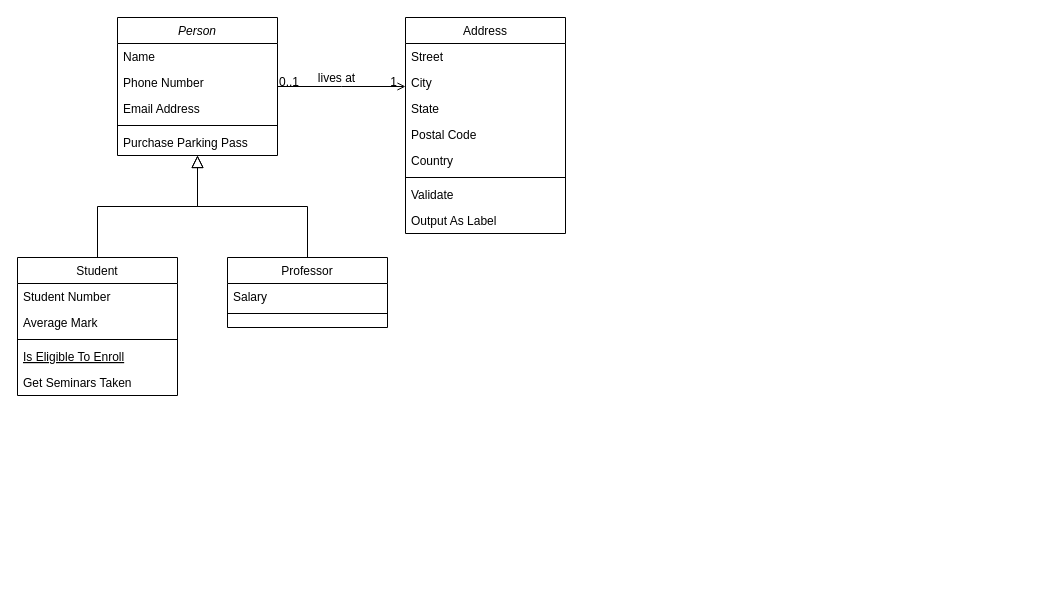
This is rpggame.drawio from vegardandersson/additional-files, a draw.io file, before an edit. Source tidied: cells renumbered, new cells numbered last; positions are measured from the earlier drawing's top-left corner, leaving out a move shared by most shapes. Both pictures are drawn from the tidied source at 100%, with x=0, y=0 at pixel (17, 17).
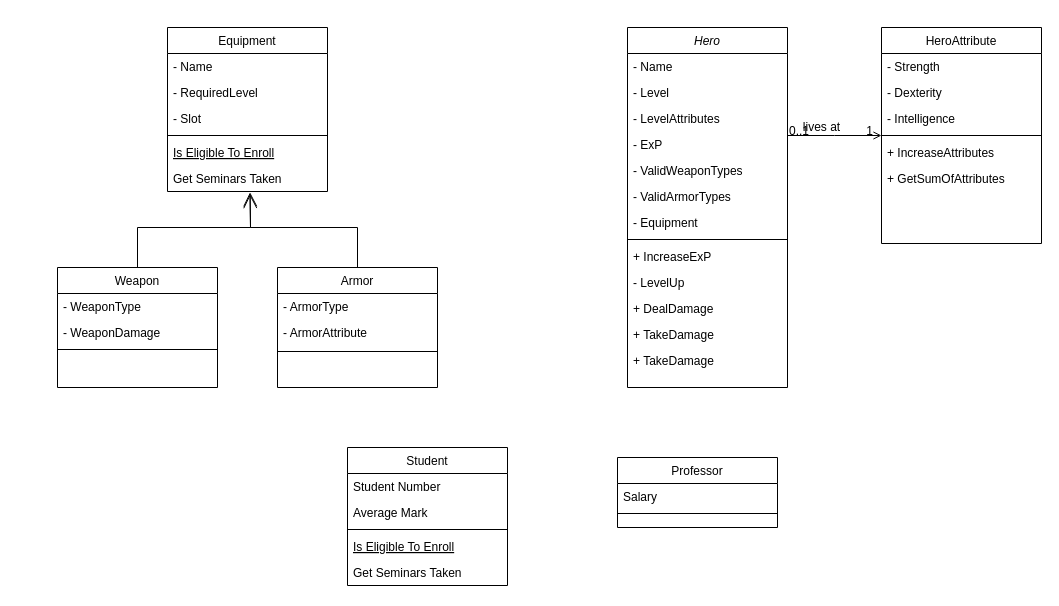
The same diagram, later.

The edit, as a diff of the source:
```diff
@@
-    <mxCell id="2" value="Person" style="swimlane;fontStyle=2;align=center;verticalAlign=top;horizontal=1;startSize=26;rounded=0;shadow=0;strokeWidth=1;" parent="1" vertex="1">
-      <mxGeometry x="100" width="160" height="138" as="geometry" />
+    <mxCell id="2" value="Hero" style="swimlane;fontStyle=2;align=center;verticalAlign=top;horizontal=1;startSize=26;rounded=0;shadow=0;strokeWidth=1;" parent="1" vertex="1">
+      <mxGeometry x="610" y="10" width="160" height="360" as="geometry" />
     </mxCell>
-    <mxCell id="3" value="Name" style="text;align=left;verticalAlign=top;spacingLeft=4;spacingRight=4;overflow=hidden;" parent="2" vertex="1">
+    <mxCell id="3" value="- Name" style="text;align=left;verticalAlign=top;spacingLeft=4;spacingRight=4;overflow=hidden;" parent="2" vertex="1">
       <mxGeometry y="26" width="160" height="26" as="geometry" />
     </mxCell>
-    <mxCell id="4" value="Phone Number" style="text;align=left;verticalAlign=top;spacingLeft=4;spacingRight=4;overflow=hidden;rounded=0;shadow=0;html=0;" parent="2" vertex="1">
+    <mxCell id="4" value="- Level" style="text;align=left;verticalAlign=top;spacingLeft=4;spacingRight=4;overflow=hidden;rounded=0;shadow=0;html=0;" parent="2" vertex="1">
       <mxGeometry y="52" width="160" height="26" as="geometry" />
     </mxCell>
+    <mxCell id="32" value="- LevelAttributes" style="text;align=left;verticalAlign=top;spacingLeft=4;spacingRight=4;overflow=hidden;rounded=0;shadow=0;html=0;" parent="2" vertex="1">
+      <mxGeometry y="78" width="160" height="26" as="geometry" />
+    </mxCell>
+    <mxCell id="33" value="- ExP" style="text;align=left;verticalAlign=top;spacingLeft=4;spacingRight=4;overflow=hidden;rounded=0;shadow=0;html=0;" parent="2" vertex="1">
+      <mxGeometry y="104" width="160" height="26" as="geometry" />
+    </mxCell>
-    <mxCell id="5" value="Email Address" style="text;align=left;verticalAlign=top;spacingLeft=4;spacingRight=4;overflow=hidden;rounded=0;shadow=0;html=0;" parent="2" vertex="1">
-      <mxGeometry y="78" width="160" height="26" as="geometry" />
+    <mxCell id="5" value="- ValidWeaponTypes" style="text;align=left;verticalAlign=top;spacingLeft=4;spacingRight=4;overflow=hidden;rounded=0;shadow=0;html=0;" parent="2" vertex="1">
+      <mxGeometry y="130" width="160" height="26" as="geometry" />
     </mxCell>
+    <mxCell id="34" value="- ValidArmorTypes" style="text;align=left;verticalAlign=top;spacingLeft=4;spacingRight=4;overflow=hidden;rounded=0;shadow=0;html=0;" parent="2" vertex="1">
+      <mxGeometry y="156" width="160" height="26" as="geometry" />
+    </mxCell>
+    <mxCell id="35" value="- Equipment" style="text;align=left;verticalAlign=top;spacingLeft=4;spacingRight=4;overflow=hidden;rounded=0;shadow=0;html=0;" parent="2" vertex="1">
+      <mxGeometry y="182" width="160" height="26" as="geometry" />
+    </mxCell>
     <mxCell id="6" style="line;html=1;strokeWidth=1;align=left;verticalAlign=middle;spacingTop=-1;spacingLeft=3;spacingRight=3;labelPosition=right;" parent="2" vertex="1">
-      <mxGeometry y="104" width="160" height="8" as="geometry" />
+      <mxGeometry y="208" width="160" height="8" as="geometry" />
     </mxCell>
-    <mxCell id="7" value="Purchase Parking Pass" style="text;align=left;verticalAlign=top;spacingLeft=4;spacingRight=4;overflow=hidden;" parent="2" vertex="1">
-      <mxGeometry y="112" width="160" height="26" as="geometry" />
-    </mxCell>
+    <mxCell id="36" value="+ IncreaseExP" style="text;align=left;verticalAlign=top;spacingLeft=4;spacingRight=4;overflow=hidden;rounded=0;shadow=0;html=0;" parent="2" vertex="1">
+      <mxGeometry y="216" width="160" height="26" as="geometry" />
+    </mxCell>
+    <mxCell id="37" value="- LevelUp" style="text;align=left;verticalAlign=top;spacingLeft=4;spacingRight=4;overflow=hidden;rounded=0;shadow=0;html=0;" parent="2" vertex="1">
+      <mxGeometry y="242" width="160" height="26" as="geometry" />
+    </mxCell>
+    <mxCell id="38" value="+ DealDamage" style="text;align=left;verticalAlign=top;spacingLeft=4;spacingRight=4;overflow=hidden;rounded=0;shadow=0;html=0;" parent="2" vertex="1">
+      <mxGeometry y="268" width="160" height="26" as="geometry" />
+    </mxCell>
+    <mxCell id="39" value="+ TakeDamage" style="text;align=left;verticalAlign=top;spacingLeft=4;spacingRight=4;overflow=hidden;rounded=0;shadow=0;html=0;" parent="2" vertex="1">
+      <mxGeometry y="294" width="160" height="26" as="geometry" />
+    </mxCell>
+    <mxCell id="40" value="+ TakeDamage" style="text;align=left;verticalAlign=top;spacingLeft=4;spacingRight=4;overflow=hidden;rounded=0;shadow=0;html=0;" parent="2" vertex="1">
+      <mxGeometry y="320" width="160" height="26" as="geometry" />
+    </mxCell>
     <mxCell id="8" value="Student" style="swimlane;fontStyle=0;align=center;verticalAlign=top;horizontal=1;startSize=26;rounded=0;shadow=0;strokeWidth=1;" parent="1" vertex="1">
-      <mxGeometry y="240" width="160" height="138" as="geometry" />
+      <mxGeometry x="330" y="430" width="160" height="138" as="geometry" />
     </mxCell>
@@
-    <mxCell id="14" style="endArrow=block;endSize=10;endFill=0;shadow=0;strokeWidth=1;rounded=0;edgeStyle=elbowEdgeStyle;elbow=vertical;" parent="1" edge="1" source="8" target="2">
-      <mxGeometry relative="1" as="geometry" />
-    </mxCell>
     <mxCell id="15" value="Professor" style="swimlane;fontStyle=0;align=center;verticalAlign=top;horizontal=1;startSize=26;rounded=0;shadow=0;strokeWidth=1;" parent="1" vertex="1">
-      <mxGeometry x="210" y="240" width="160" height="70" as="geometry" />
+      <mxGeometry x="600" y="440" width="160" height="70" as="geometry" />
     </mxCell>
@@
-    <mxCell id="18" style="endArrow=block;endSize=10;endFill=0;shadow=0;strokeWidth=1;rounded=0;edgeStyle=elbowEdgeStyle;elbow=vertical;" parent="1" edge="1" source="15" target="2">
-      <mxGeometry relative="1" as="geometry" />
-    </mxCell>
-    <mxCell id="19" value="Address" style="swimlane;fontStyle=0;align=center;verticalAlign=top;horizontal=1;startSize=26;rounded=0;shadow=0;strokeWidth=1;" parent="1" vertex="1">
-      <mxGeometry x="388" width="160" height="216" as="geometry" />
+    <mxCell id="19" value="HeroAttribute" style="swimlane;fontStyle=0;align=center;verticalAlign=top;horizontal=1;startSize=26;rounded=0;shadow=0;strokeWidth=1;" parent="1" vertex="1">
+      <mxGeometry x="864" y="10" width="160" height="216" as="geometry" />
     </mxCell>
-    <mxCell id="20" value="Street" style="text;align=left;verticalAlign=top;spacingLeft=4;spacingRight=4;overflow=hidden;" parent="19" vertex="1">
+    <mxCell id="20" value="- Strength" style="text;align=left;verticalAlign=top;spacingLeft=4;spacingRight=4;overflow=hidden;" parent="19" vertex="1">
       <mxGeometry y="26" width="160" height="26" as="geometry" />
     </mxCell>
-    <mxCell id="21" value="City" style="text;align=left;verticalAlign=top;spacingLeft=4;spacingRight=4;overflow=hidden;rounded=0;shadow=0;html=0;" parent="19" vertex="1">
+    <mxCell id="21" value="- Dexterity" style="text;align=left;verticalAlign=top;spacingLeft=4;spacingRight=4;overflow=hidden;rounded=0;shadow=0;html=0;" parent="19" vertex="1">
       <mxGeometry y="52" width="160" height="26" as="geometry" />
     </mxCell>
-    <mxCell id="22" value="State" style="text;align=left;verticalAlign=top;spacingLeft=4;spacingRight=4;overflow=hidden;rounded=0;shadow=0;html=0;" parent="19" vertex="1">
+    <mxCell id="22" value="- Intelligence" style="text;align=left;verticalAlign=top;spacingLeft=4;spacingRight=4;overflow=hidden;rounded=0;shadow=0;html=0;" parent="19" vertex="1">
       <mxGeometry y="78" width="160" height="26" as="geometry" />
     </mxCell>
-    <mxCell id="23" value="Postal Code" style="text;align=left;verticalAlign=top;spacingLeft=4;spacingRight=4;overflow=hidden;rounded=0;shadow=0;html=0;" parent="19" vertex="1">
-      <mxGeometry y="104" width="160" height="26" as="geometry" />
-    </mxCell>
-    <mxCell id="24" value="Country" style="text;align=left;verticalAlign=top;spacingLeft=4;spacingRight=4;overflow=hidden;rounded=0;shadow=0;html=0;" parent="19" vertex="1">
-      <mxGeometry y="130" width="160" height="26" as="geometry" />
-    </mxCell>
     <mxCell id="25" style="line;html=1;strokeWidth=1;align=left;verticalAlign=middle;spacingTop=-1;spacingLeft=3;spacingRight=3;labelPosition=right;" parent="19" vertex="1">
-      <mxGeometry y="156" width="160" height="8" as="geometry" />
+      <mxGeometry y="104" width="160" height="8" as="geometry" />
     </mxCell>
-    <mxCell id="26" value="Validate" style="text;align=left;verticalAlign=top;spacingLeft=4;spacingRight=4;overflow=hidden;" parent="19" vertex="1">
-      <mxGeometry y="164" width="160" height="26" as="geometry" />
+    <mxCell id="26" value="+ IncreaseAttributes" style="text;align=left;verticalAlign=top;spacingLeft=4;spacingRight=4;overflow=hidden;" parent="19" vertex="1">
+      <mxGeometry y="112" width="160" height="26" as="geometry" />
     </mxCell>
-    <mxCell id="27" value="Output As Label" style="text;align=left;verticalAlign=top;spacingLeft=4;spacingRight=4;overflow=hidden;" parent="19" vertex="1">
-      <mxGeometry y="190" width="160" height="26" as="geometry" />
+    <mxCell id="27" value="+ GetSumOfAttributes" style="text;align=left;verticalAlign=top;spacingLeft=4;spacingRight=4;overflow=hidden;" parent="19" vertex="1">
+      <mxGeometry y="138" width="160" height="26" as="geometry" />
     </mxCell>
@@
+    <mxCell id="41" value="Equipment" style="swimlane;fontStyle=0;align=center;verticalAlign=top;horizontal=1;startSize=26;rounded=0;shadow=0;strokeWidth=1;" parent="1" vertex="1">
+      <mxGeometry x="150" y="10" width="160" height="164" as="geometry" />
+    </mxCell>
+    <mxCell id="42" value="- Name" style="text;align=left;verticalAlign=top;spacingLeft=4;spacingRight=4;overflow=hidden;" parent="41" vertex="1">
+      <mxGeometry y="26" width="160" height="26" as="geometry" />
+    </mxCell>
+    <mxCell id="43" value="- RequiredLevel" style="text;align=left;verticalAlign=top;spacingLeft=4;spacingRight=4;overflow=hidden;rounded=0;shadow=0;html=0;" parent="41" vertex="1">
+      <mxGeometry y="52" width="160" height="26" as="geometry" />
+    </mxCell>
+    <mxCell id="44" value="- Slot" style="text;align=left;verticalAlign=top;spacingLeft=4;spacingRight=4;overflow=hidden;rounded=0;shadow=0;html=0;" parent="41" vertex="1">
+      <mxGeometry y="78" width="160" height="26" as="geometry" />
+    </mxCell>
+    <mxCell id="45" style="line;html=1;strokeWidth=1;align=left;verticalAlign=middle;spacingTop=-1;spacingLeft=3;spacingRight=3;labelPosition=right;" parent="41" vertex="1">
+      <mxGeometry y="104" width="160" height="8" as="geometry" />
+    </mxCell>
+    <mxCell id="46" value="Is Eligible To Enroll" style="text;align=left;verticalAlign=top;spacingLeft=4;spacingRight=4;overflow=hidden;fontStyle=4;" parent="41" vertex="1">
+      <mxGeometry y="112" width="160" height="26" as="geometry" />
+    </mxCell>
+    <mxCell id="47" value="Get Seminars Taken" style="text;align=left;verticalAlign=top;spacingLeft=4;spacingRight=4;overflow=hidden;points=[[0,0.5],[1,0.5]];portConstraint=eastwest;" parent="41" vertex="1">
+      <mxGeometry y="138" width="160" height="26" as="geometry" />
+    </mxCell>
+    <mxCell id="48" value="Weapon" style="swimlane;fontStyle=0;align=center;verticalAlign=top;horizontal=1;startSize=26;rounded=0;shadow=0;strokeWidth=1;" parent="1" vertex="1">
+      <mxGeometry x="40" y="250" width="160" height="120" as="geometry" />
+    </mxCell>
+    <mxCell id="49" value="- WeaponType" style="text;align=left;verticalAlign=top;spacingLeft=4;spacingRight=4;overflow=hidden;" parent="48" vertex="1">
+      <mxGeometry y="26" width="160" height="26" as="geometry" />
+    </mxCell>
+    <mxCell id="50" value="- WeaponDamage" style="text;align=left;verticalAlign=top;spacingLeft=4;spacingRight=4;overflow=hidden;" parent="48" vertex="1">
+      <mxGeometry y="52" width="160" height="26" as="geometry" />
+    </mxCell>
+    <mxCell id="51" style="line;html=1;strokeWidth=1;align=left;verticalAlign=middle;spacingTop=-1;spacingLeft=3;spacingRight=3;labelPosition=right;" parent="48" vertex="1">
+      <mxGeometry y="78" width="160" height="8" as="geometry" />
+    </mxCell>
+    <mxCell id="52" value="Armor" style="swimlane;fontStyle=0;align=center;verticalAlign=top;horizontal=1;startSize=26;rounded=0;shadow=0;strokeWidth=1;" parent="1" vertex="1">
+      <mxGeometry x="260" y="250" width="160" height="120" as="geometry" />
+    </mxCell>
+    <mxCell id="53" value="- ArmorType" style="text;align=left;verticalAlign=top;spacingLeft=4;spacingRight=4;overflow=hidden;" parent="52" vertex="1">
+      <mxGeometry y="26" width="160" height="26" as="geometry" />
+    </mxCell>
+    <mxCell id="54" value="- ArmorAttribute" style="text;align=left;verticalAlign=top;spacingLeft=4;spacingRight=4;overflow=hidden;" parent="52" vertex="1">
+      <mxGeometry y="52" width="160" height="26" as="geometry" />
+    </mxCell>
+    <mxCell id="55" style="line;html=1;strokeWidth=1;align=left;verticalAlign=middle;spacingTop=-1;spacingLeft=3;spacingRight=3;labelPosition=right;" parent="52" vertex="1">
+      <mxGeometry y="78" width="160" height="12" as="geometry" />
+    </mxCell>
+    <mxCell id="56" style="endArrow=open;endFill=1;endSize=12;html=1;rounded=0;exitX=0.5;exitY=0;exitDx=0;exitDy=0;entryX=0.516;entryY=1.03;entryDx=0;entryDy=0;entryPerimeter=0;" parent="1" edge="1" source="48" target="47">
+      <mxGeometry relative="1" as="geometry">
+        <Array as="points">
+          <mxPoint x="120" y="210" />
+          <mxPoint x="233" y="210" />
+        </Array>
+      </mxGeometry>
+    </mxCell>
+    <mxCell id="57" style="endArrow=open;endFill=1;endSize=12;html=1;rounded=0;exitX=0.5;exitY=0;exitDx=0;exitDy=0;entryX=0.516;entryY=1.098;entryDx=0;entryDy=0;entryPerimeter=0;" parent="1" edge="1" source="52" target="47">
+      <mxGeometry relative="1" as="geometry">
+        <Array as="points">
+          <mxPoint x="340" y="210" />
+          <mxPoint x="233" y="210" />
+        </Array>
+      </mxGeometry>
+    </mxCell>
```
